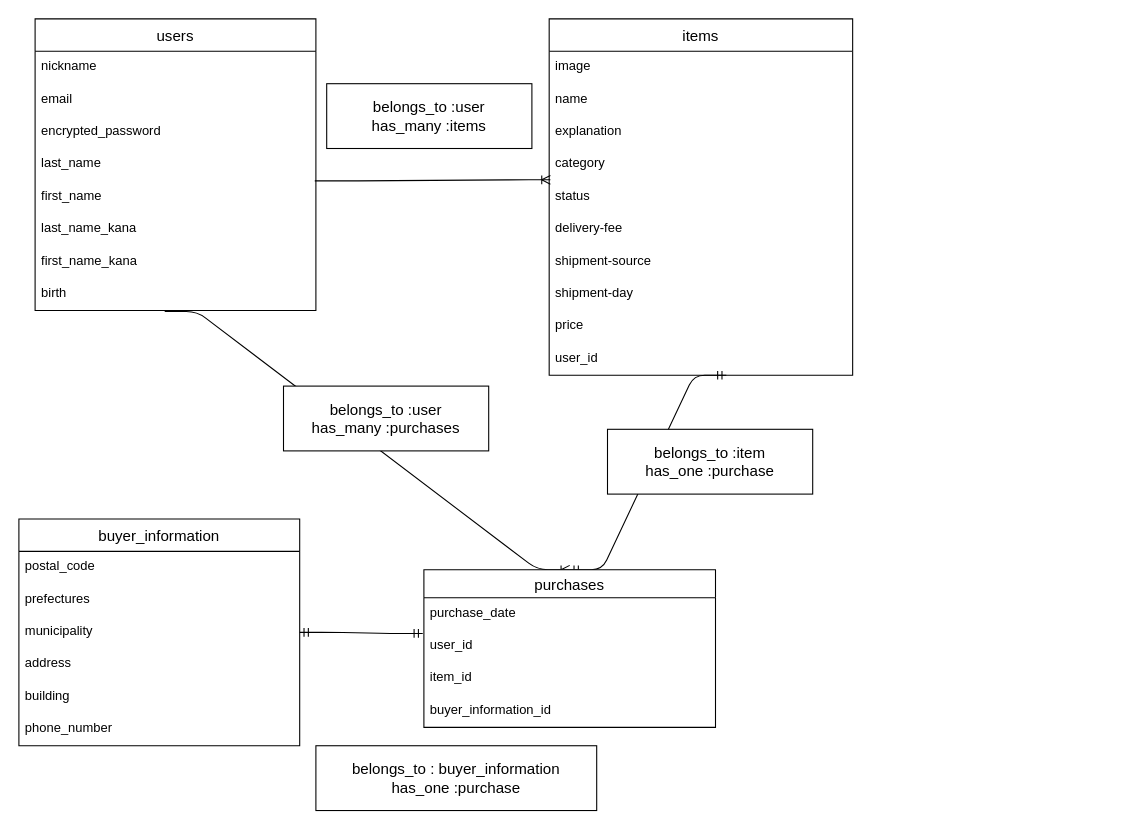
The draw.io diagram Database.dio in ALBAS23/furima-28673, before the edit. Source tidied: cells renumbered, new cells numbered last; positions are measured from the earlier drawing's top-left corner, leaving out a move shared by most shapes. Both pictures are drawn from the tidied source at 108%, with x=0, y=0 at pixel (18, 18).
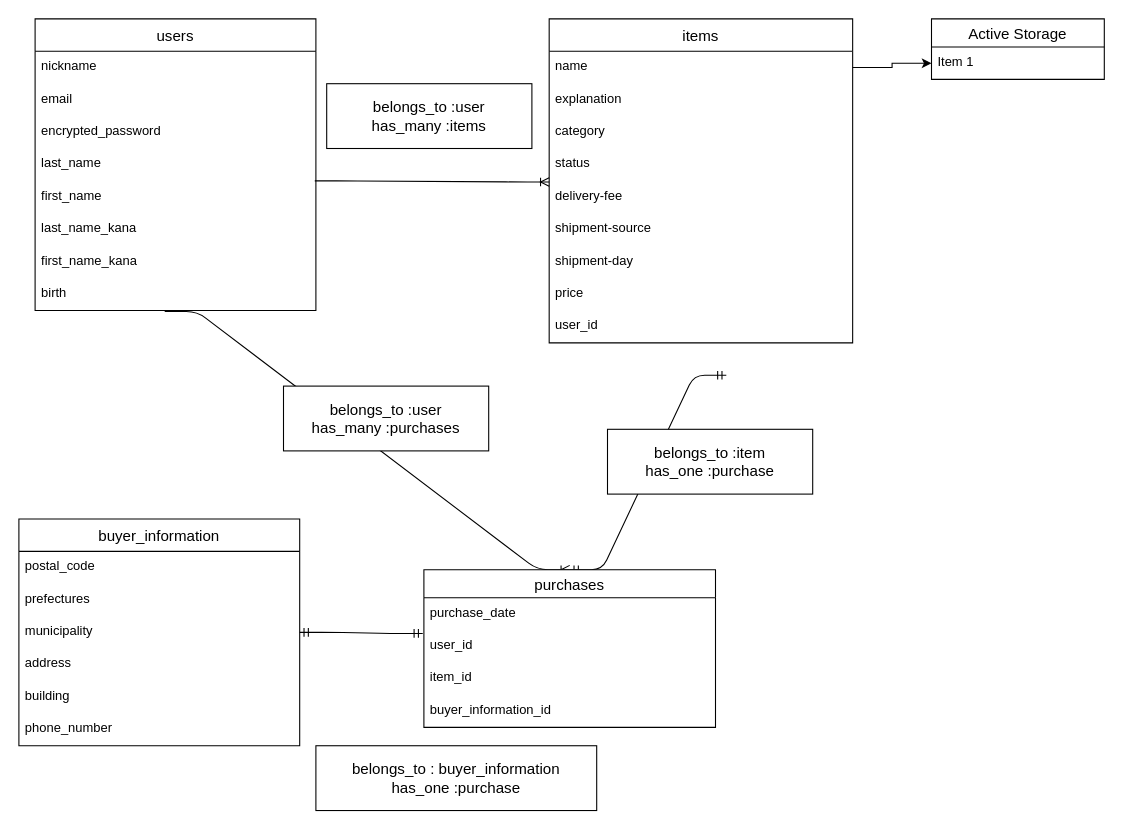
Above is the later version.

Commit message (it also covers changes not shown here):
データベース設計_修正２_itemsテーブル

Unchanged cells that the change refers to:
```xml
<mxCell id="14" value="first_name" style="text;strokeColor=none;fillColor=none;spacingLeft=4;spacingRight=4;overflow=hidden;points=[[0,0.5],[1,0.5]];portConstraint=eastwest;fontSize=12;rotation=0;" parent="9" vertex="1">
  <mxGeometry y="150" width="260" height="30" as="geometry" />
</mxCell>
```

Change to the diagram source:
```diff
@@
     <mxCell id="18" value="items" style="swimlane;fontStyle=0;horizontal=1;startSize=30;align=center;fontSize=14;rotation=0;" parent="1" vertex="1">
-      <mxGeometry x="491" width="281" height="330" as="geometry" />
+      <mxGeometry x="491" width="281" height="300" as="geometry" />
     </mxCell>
-    <mxCell id="19" value="image" style="text;strokeColor=none;fillColor=none;spacingLeft=4;spacingRight=4;overflow=hidden;fontSize=12;rotation=0;" parent="18" vertex="1">
-      <mxGeometry y="30" width="281" height="30" as="geometry" />
-    </mxCell>
     <mxCell id="20" value="name" style="text;strokeColor=none;fillColor=none;spacingLeft=4;spacingRight=4;overflow=hidden;points=[[0,0.5],[1,0.5]];portConstraint=eastwest;fontSize=12;rotation=0;" parent="18" vertex="1">
-      <mxGeometry y="60" width="281" height="30" as="geometry" />
+      <mxGeometry y="30" width="281" height="30" as="geometry" />
     </mxCell>
     <mxCell id="21" value="explanation" style="text;strokeColor=none;fillColor=none;spacingLeft=4;spacingRight=4;overflow=hidden;fontSize=12;rotation=0;" parent="18" vertex="1">
-      <mxGeometry y="90" width="281" height="30" as="geometry" />
+      <mxGeometry y="60" width="281" height="30" as="geometry" />
     </mxCell>
     <mxCell id="22" value="category" style="text;strokeColor=none;fillColor=none;spacingLeft=4;spacingRight=4;overflow=hidden;fontSize=12;rotation=0;" parent="18" vertex="1">
-      <mxGeometry y="120" width="281" height="30" as="geometry" />
+      <mxGeometry y="90" width="281" height="30" as="geometry" />
     </mxCell>
     <mxCell id="23" value="status" style="text;strokeColor=none;fillColor=none;spacingLeft=4;spacingRight=4;overflow=hidden;points=[[0,0.5],[1,0.5]];portConstraint=eastwest;fontSize=12;rotation=0;" parent="18" vertex="1">
-      <mxGeometry y="150" width="281" height="30" as="geometry" />
+      <mxGeometry y="120" width="281" height="30" as="geometry" />
     </mxCell>
     <mxCell id="24" value="delivery-fee" style="text;strokeColor=none;fillColor=none;spacingLeft=4;spacingRight=4;overflow=hidden;points=[[0,0.5],[1,0.5]];portConstraint=eastwest;fontSize=12;rotation=0;" parent="18" vertex="1">
-      <mxGeometry y="180" width="281" height="30" as="geometry" />
+      <mxGeometry y="150" width="281" height="30" as="geometry" />
     </mxCell>
     <mxCell id="25" value="shipment-source" style="text;strokeColor=none;fillColor=none;spacingLeft=4;spacingRight=4;overflow=hidden;fontSize=12;rotation=0;" parent="18" vertex="1">
-      <mxGeometry y="210" width="281" height="30" as="geometry" />
+      <mxGeometry y="180" width="281" height="30" as="geometry" />
     </mxCell>
     <mxCell id="26" value="shipment-day" style="text;strokeColor=none;fillColor=none;spacingLeft=4;spacingRight=4;overflow=hidden;fontSize=12;rotation=0;" parent="18" vertex="1">
-      <mxGeometry y="240" width="281" height="30" as="geometry" />
+      <mxGeometry y="210" width="281" height="30" as="geometry" />
     </mxCell>
     <mxCell id="27" value="price" style="text;strokeColor=none;fillColor=none;spacingLeft=4;spacingRight=4;overflow=hidden;fontSize=12;rotation=0;" parent="18" vertex="1">
-      <mxGeometry y="270" width="281" height="30" as="geometry" />
+      <mxGeometry y="240" width="281" height="30" as="geometry" />
     </mxCell>
     <mxCell id="28" value="user_id" style="text;strokeColor=none;fillColor=none;spacingLeft=4;spacingRight=4;overflow=hidden;fontSize=12;rotation=0;" parent="18" vertex="1">
-      <mxGeometry y="300" width="281" height="30" as="geometry" />
+      <mxGeometry y="270" width="281" height="30" as="geometry" />
     </mxCell>
@@
-    <mxCell id="30" style="edgeStyle=entityRelationEdgeStyle;fontSize=12;html=1;endArrow=ERoneToMany;entryX=0.004;entryY=-0.033;entryDx=0;entryDy=0;entryPerimeter=0;exitX=0.996;exitY=0;exitDx=0;exitDy=0;exitPerimeter=0;" parent="1" edge="1" source="14" target="23">
+    <mxCell id="30" style="edgeStyle=entityRelationEdgeStyle;fontSize=12;html=1;endArrow=ERoneToMany;entryX=0;entryY=0.033;entryDx=0;entryDy=0;entryPerimeter=0;exitX=0.996;exitY=0;exitDx=0;exitDy=0;exitPerimeter=0;" parent="1" edge="1" source="14" target="24">
       <mxGeometry relative="1" as="geometry" />
     </mxCell>
@@
+    <mxCell id="42" value="Active Storage" style="swimlane;fontStyle=0;horizontal=1;startSize=26;align=center;fontSize=14;" parent="1" vertex="1">
+      <mxGeometry x="845" width="160" height="56" as="geometry" />
+    </mxCell>
+    <mxCell id="43" value="Item 1" style="text;strokeColor=none;fillColor=none;spacingLeft=4;spacingRight=4;overflow=hidden;points=[[0,0.5],[1,0.5]];portConstraint=eastwest;fontSize=12;" parent="42" vertex="1">
+      <mxGeometry y="26" width="160" height="30" as="geometry" />
+    </mxCell>
+    <mxCell id="44" style="edgeStyle=orthogonalEdgeStyle;rounded=0;jettySize=auto;html=1;exitX=1;exitY=0.5;exitDx=0;exitDy=0;entryX=0;entryY=0.5;entryDx=0;entryDy=0;" parent="1" edge="1" source="20" target="43">
+      <mxGeometry relative="1" as="geometry" />
+    </mxCell>
```
